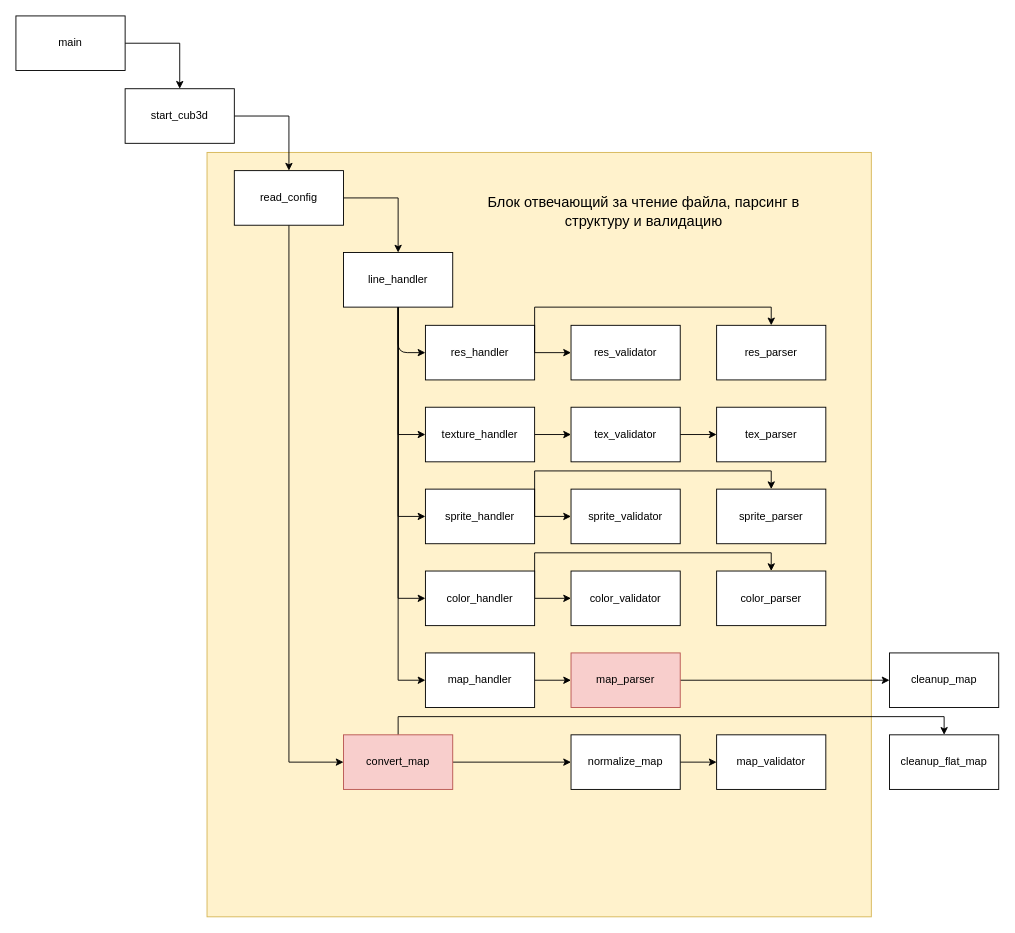
Earlier version of the draw.io diagram cub3d_func_structure.drawio (AmmoMax/cub3d). Source tidied: cells renumbered, new cells numbered last; positions are measured from the earlier drawing's top-left corner, leaving out a move shared by most shapes. Both pictures are drawn from the tidied source at 91%, with x=0, y=0 at pixel (15, 15).
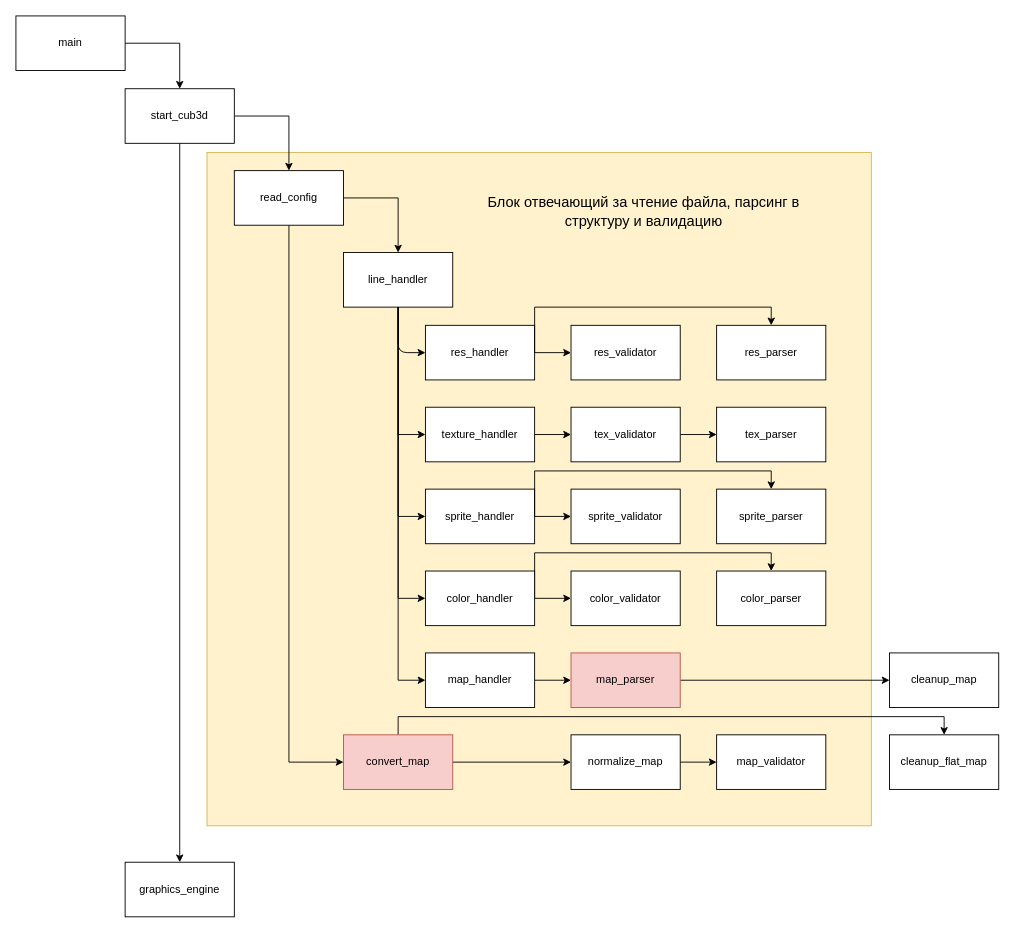
After the change.

Commit message (it also covers changes not shown here):
added save player position func

Unchanged cells that the change refers to:
```xml
<mxCell id="6" value="&lt;div&gt;start_cub3d&lt;/div&gt;" style="rounded=0;whiteSpace=wrap;html=1;" parent="1" vertex="1">
  <mxGeometry x="120" y="80" width="120" height="60" as="geometry" />
</mxCell>
```

Diff of the diagram source:
```diff
@@
     <mxCell id="2" style="rounded=0;whiteSpace=wrap;html=1;fillColor=#fff2cc;strokeColor=#d6b656;shadow=0;glass=0;sketch=0;" parent="1" vertex="1">
-      <mxGeometry x="210" y="150" width="730" height="840" as="geometry" />
+      <mxGeometry x="210" y="150" width="730" height="740" as="geometry" />
     </mxCell>
@@
+    <mxCell id="49" style="edgeStyle=orthogonalEdgeStyle;rounded=0;jettySize=auto;html=1;exitX=0.5;exitY=1;exitDx=0;exitDy=0;entryX=0.5;entryY=0;entryDx=0;entryDy=0;" parent="1" edge="1" source="6" target="50">
+      <mxGeometry relative="1" as="geometry" />
+    </mxCell>
@@
+    <mxCell id="50" value="graphics_engine" style="rounded=0;whiteSpace=wrap;html=1;shadow=0;glass=0;sketch=0;" parent="1" vertex="1">
+      <mxGeometry x="120" y="930" width="120" height="60" as="geometry" />
+    </mxCell>
```
